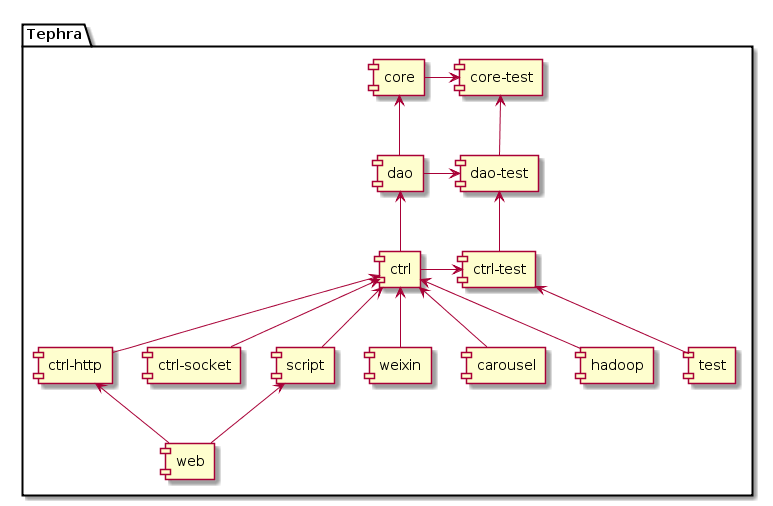
Earlier version of the PlantUML export doc/uml/front/first/module.png (wangscript007/tephra).
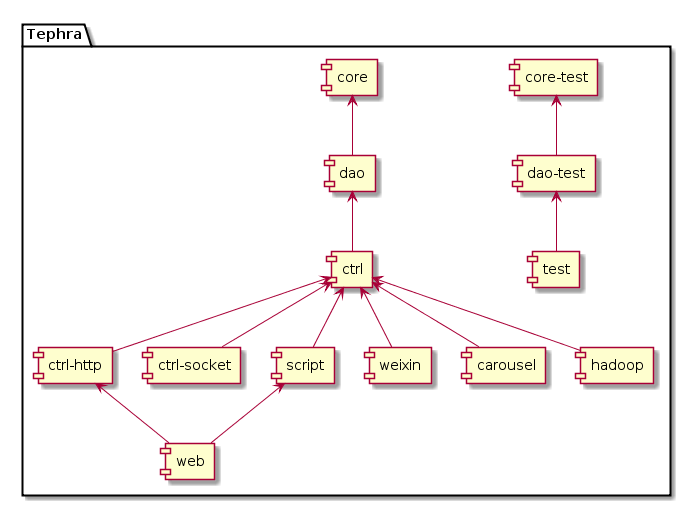
The same diagram one commit later.

Change to the diagram source:
```diff
@@ -1,6 +1,9 @@
 @startuml
 
 package Tephra {
+[core-test] <-- [dao-test]
+[dao-test] <-- [test]
+
 [core] <-- [dao]
 [dao] <-- [ctrl]
 [ctrl] <-- [ctrl-http]
@@ -11,13 +14,6 @@
 [ctrl] <-- [hadoop]
 [script] <-- [web]
 [ctrl-http] <-- [web]
-
-[core-test] <-l- [core]
-[dao-test] <-l- [dao]
-[core-test] <-- [dao-test]
-[ctrl-test] <-l- [ctrl]
-[dao-test] <-- [ctrl-test]
-[ctrl-test] <-- [test]
 }
 
 @enduml
```
